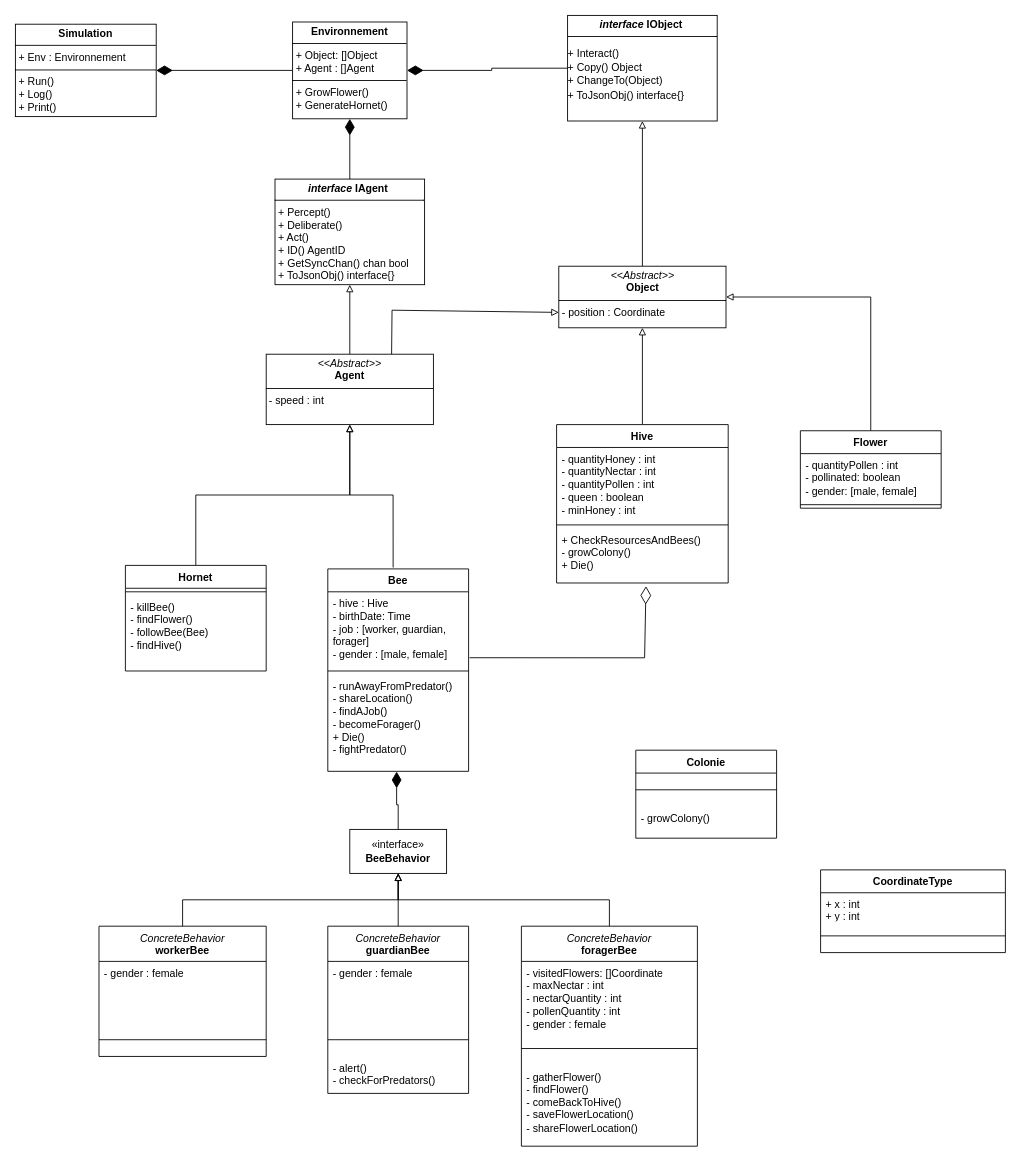
vlkduro/multi-agent-system keeps this draw.io diagram as architecture/simu_bees_uml.drawio. Above is the earlier version. Source tidied: cells renumbered, new cells numbered last; positions are measured from the earlier drawing's top-left corner, leaving out a move shared by most shapes. Both pictures are drawn from the tidied source at 88%, with x=0, y=0 at pixel (15, 15).
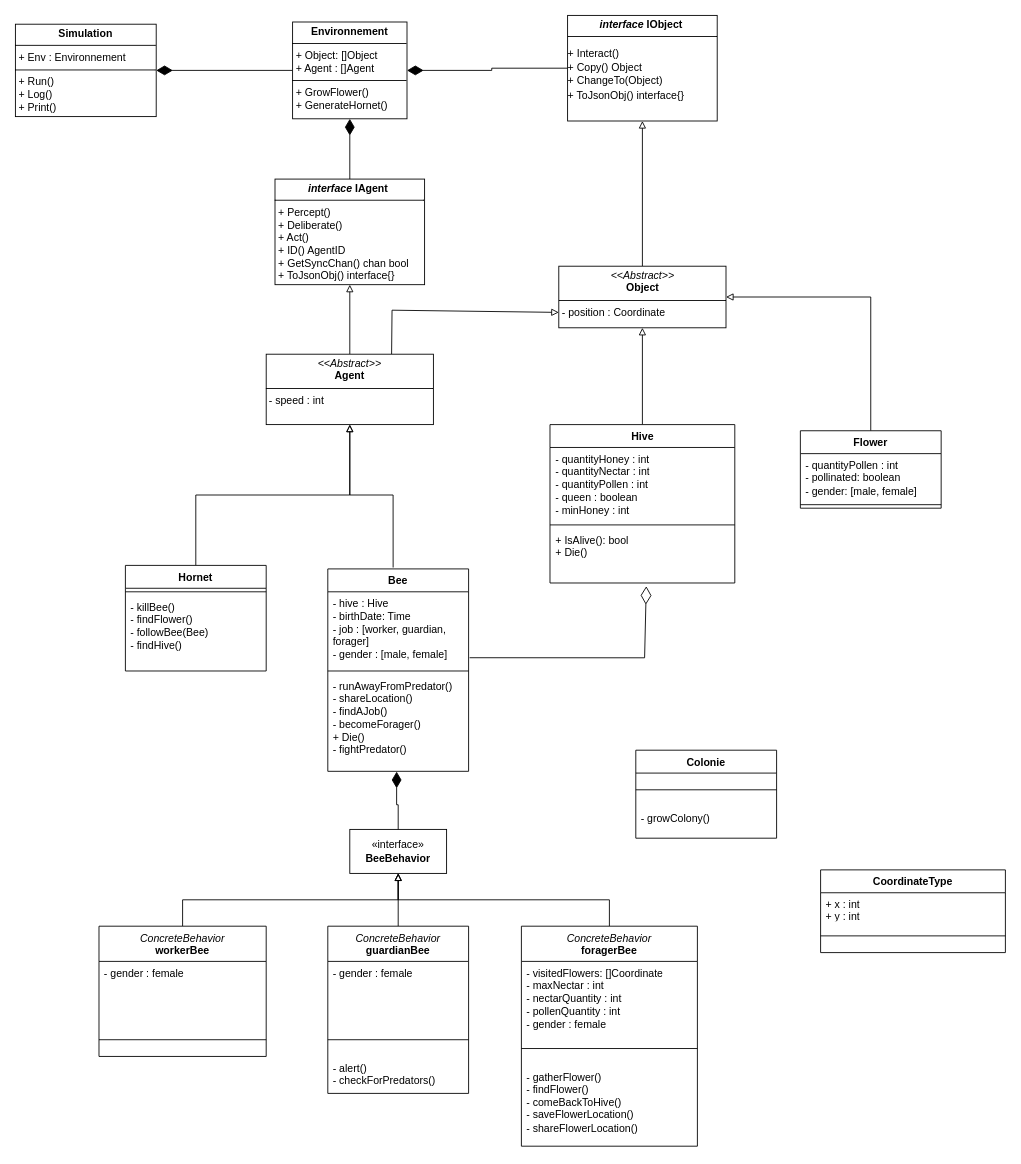
After the change.

Commit message (it also covers changes not shown here):
feat[Hive]: add IsAlive() and Die() with uml update

Change to the diagram source:
```diff
@@
     <mxCell id="24" value="Hive" style="swimlane;fontStyle=1;align=center;verticalAlign=top;horizontal=1;startSize=26;whiteSpace=wrap;html=1;" parent="1" vertex="1">
-      <mxGeometry x="615" y="465" width="195" height="180" as="geometry" />
+      <mxGeometry x="607.5" y="465" width="210" height="180" as="geometry" />
     </mxCell>
     <mxCell id="25" value="- quantityHoney : int&lt;br&gt;- quantityNectar : int&lt;br&gt;- quantityPollen : int&lt;br&gt;- queen : boolean&lt;br&gt;- minHoney : int" style="text;strokeColor=none;fillColor=none;align=left;verticalAlign=top;spacingLeft=4;spacingRight=4;overflow=hidden;whiteSpace=wrap;html=1;" parent="24" vertex="1">
-      <mxGeometry y="26" width="195" height="84" as="geometry" />
+      <mxGeometry y="26" width="210" height="84" as="geometry" />
     </mxCell>
     <mxCell id="26" style="line;strokeWidth=1;fillColor=none;align=left;verticalAlign=middle;spacingTop=-1;spacingLeft=3;spacingRight=3;labelPosition=right;strokeColor=inherit;" parent="24" vertex="1">
-      <mxGeometry y="110" width="195" height="8" as="geometry" />
+      <mxGeometry y="110" width="210" height="8" as="geometry" />
     </mxCell>
-    <mxCell id="27" value="+ CheckResourcesAndBees()&lt;br&gt;- growColony()&lt;br&gt;+ Die()" style="text;strokeColor=none;fillColor=none;align=left;verticalAlign=top;spacingLeft=4;spacingRight=4;overflow=hidden;points=[[0,0.5],[1,0.5]];portConstraint=eastwest;whiteSpace=wrap;html=1;" parent="24" vertex="1">
-      <mxGeometry y="118" width="195" height="62" as="geometry" />
+    <mxCell id="27" value="+ IsAlive(): bool&lt;br&gt;+ Die()" style="text;strokeColor=none;fillColor=none;align=left;verticalAlign=top;spacingLeft=4;spacingRight=4;overflow=hidden;points=[[0,0.5],[1,0.5]];portConstraint=eastwest;whiteSpace=wrap;html=1;" parent="24" vertex="1">
+      <mxGeometry y="118" width="210" height="62" as="geometry" />
     </mxCell>
```
